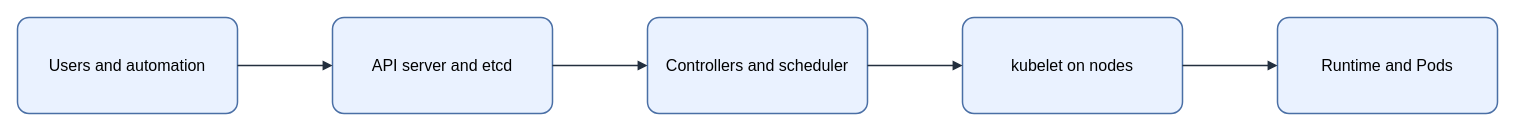
The draw.io diagram assets/img/kubernetes/kubernetes-control-plane-flow.drawio in KKamJi98/kkamji98.github.io, before the edit. Source tidied: cells renumbered, new cells numbered last; positions are measured from the earlier drawing's top-left corner, leaving out a move shared by most shapes. Both pictures are drawn from the tidied source at 100%, with x=0, y=0 at pixel (17, 17).
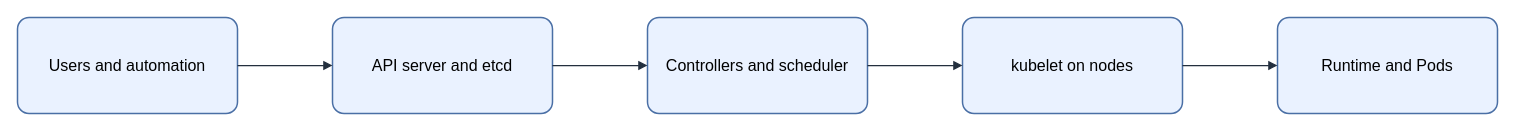
After the change.

The edit, as a diff of the source:
```diff
@@
 <mxGraphModel background="#FFFFFF">
   <root>
     <mxCell id="0" />
     <mxCell id="1" parent="0" />
-    <mxCell id="2" value="&lt;font style=&quot;color: rgb(0, 0, 0);&quot;&gt;Users and automation&lt;/font&gt;" style="rounded=1;arcSize=12;whiteSpace=wrap;html=1;fillColor=#EAF2FF;strokeColor=#4A6FA5;strokeWidth=1.5;fontColor=#000000;fontSize=16;align=center;verticalAlign=middle;spacing=8;shadow=0;" parent="1" vertex="1">
+    <mxCell id="2" value="Users and automation" style="rounded=1;arcSize=12;whiteSpace=wrap;html=0;fillColor=#EAF2FF;strokeColor=#4A6FA5;strokeWidth=1.5;fontColor=#000000;fontSize=16;align=center;verticalAlign=middle;spacing=8;shadow=0;" parent="1" vertex="1">
       <mxGeometry width="220" height="96" as="geometry" />
     </mxCell>
-    <mxCell id="3" value="&lt;font style=&quot;color: rgb(0, 0, 0);&quot;&gt;API server and etcd&lt;/font&gt;" style="rounded=1;arcSize=12;whiteSpace=wrap;html=1;fillColor=#EAF2FF;strokeColor=#4A6FA5;strokeWidth=1.5;fontColor=#000000;fontSize=16;align=center;verticalAlign=middle;spacing=8;shadow=0;" parent="1" vertex="1">
+    <mxCell id="3" value="API server and etcd" style="rounded=1;arcSize=12;whiteSpace=wrap;html=0;fillColor=#EAF2FF;strokeColor=#4A6FA5;strokeWidth=1.5;fontColor=#000000;fontSize=16;align=center;verticalAlign=middle;spacing=8;shadow=0;" parent="1" vertex="1">
       <mxGeometry x="315" width="220" height="96" as="geometry" />
     </mxCell>
-    <mxCell id="4" value="&lt;font style=&quot;color: rgb(0, 0, 0);&quot;&gt;Controllers and scheduler&lt;/font&gt;" style="rounded=1;arcSize=12;whiteSpace=wrap;html=1;fillColor=#EAF2FF;strokeColor=#4A6FA5;strokeWidth=1.5;fontColor=#000000;fontSize=16;align=center;verticalAlign=middle;spacing=8;shadow=0;" parent="1" vertex="1">
+    <mxCell id="4" value="Controllers and scheduler" style="rounded=1;arcSize=12;whiteSpace=wrap;html=0;fillColor=#EAF2FF;strokeColor=#4A6FA5;strokeWidth=1.5;fontColor=#000000;fontSize=16;align=center;verticalAlign=middle;spacing=8;shadow=0;" parent="1" vertex="1">
       <mxGeometry x="630" width="220" height="96" as="geometry" />
     </mxCell>
-    <mxCell id="5" value="&lt;font style=&quot;color: rgb(0, 0, 0);&quot;&gt;kubelet on nodes&lt;/font&gt;" style="rounded=1;arcSize=12;whiteSpace=wrap;html=1;fillColor=#EAF2FF;strokeColor=#4A6FA5;strokeWidth=1.5;fontColor=#000000;fontSize=16;align=center;verticalAlign=middle;spacing=8;shadow=0;" parent="1" vertex="1">
+    <mxCell id="5" value="kubelet on nodes" style="rounded=1;arcSize=12;whiteSpace=wrap;html=0;fillColor=#EAF2FF;strokeColor=#4A6FA5;strokeWidth=1.5;fontColor=#000000;fontSize=16;align=center;verticalAlign=middle;spacing=8;shadow=0;" parent="1" vertex="1">
       <mxGeometry x="945" width="220" height="96" as="geometry" />
     </mxCell>
-    <mxCell id="6" value="&lt;font style=&quot;color: rgb(0, 0, 0);&quot;&gt;Runtime and Pods&lt;/font&gt;" style="rounded=1;arcSize=12;whiteSpace=wrap;html=1;fillColor=#EAF2FF;strokeColor=#4A6FA5;strokeWidth=1.5;fontColor=#000000;fontSize=16;align=center;verticalAlign=middle;spacing=8;shadow=0;" parent="1" vertex="1">
+    <mxCell id="6" value="Runtime and Pods" style="rounded=1;arcSize=12;whiteSpace=wrap;html=0;fillColor=#EAF2FF;strokeColor=#4A6FA5;strokeWidth=1.5;fontColor=#000000;fontSize=16;align=center;verticalAlign=middle;spacing=8;shadow=0;" parent="1" vertex="1">
       <mxGeometry x="1260" width="220" height="96" as="geometry" />
     </mxCell>
-    <mxCell id="7" style="edgeStyle=orthogonalEdgeStyle;rounded=0;jettySize=auto;html=1;endArrow=block;endFill=1;strokeColor=#232F3E;strokeWidth=1.5;fontColor=#000000;labelBackgroundColor=none;exitX=1;exitY=0.5;exitDx=0;exitDy=0;entryX=0;entryY=0.5;entryDx=0;entryDy=0;" parent="1" edge="1" source="2" target="3">
+    <mxCell id="7" style="edgeStyle=orthogonalEdgeStyle;rounded=0;jettySize=auto;html=0;endArrow=block;endFill=1;strokeColor=#232F3E;strokeWidth=1.25;fontColor=#000000;labelBackgroundColor=none;exitX=1;exitY=0.5;exitDx=0;exitDy=0;entryX=0;entryY=0.5;entryDx=0;entryDy=0;" parent="1" edge="1" source="2" target="3">
       <mxGeometry relative="1" as="geometry" />
     </mxCell>
-    <mxCell id="8" style="edgeStyle=orthogonalEdgeStyle;rounded=0;jettySize=auto;html=1;endArrow=block;endFill=1;strokeColor=#232F3E;strokeWidth=1.5;fontColor=#000000;labelBackgroundColor=none;exitX=1;exitY=0.5;exitDx=0;exitDy=0;entryX=0;entryY=0.5;entryDx=0;entryDy=0;" parent="1" edge="1" source="3" target="4">
+    <mxCell id="8" style="edgeStyle=orthogonalEdgeStyle;rounded=0;jettySize=auto;html=0;endArrow=block;endFill=1;strokeColor=#232F3E;strokeWidth=1.25;fontColor=#000000;labelBackgroundColor=none;exitX=1;exitY=0.5;exitDx=0;exitDy=0;entryX=0;entryY=0.5;entryDx=0;entryDy=0;" parent="1" edge="1" source="3" target="4">
       <mxGeometry relative="1" as="geometry" />
     </mxCell>
-    <mxCell id="9" style="edgeStyle=orthogonalEdgeStyle;rounded=0;jettySize=auto;html=1;endArrow=block;endFill=1;strokeColor=#232F3E;strokeWidth=1.5;fontColor=#000000;labelBackgroundColor=none;exitX=1;exitY=0.5;exitDx=0;exitDy=0;entryX=0;entryY=0.5;entryDx=0;entryDy=0;" parent="1" edge="1" source="4" target="5">
+    <mxCell id="9" style="edgeStyle=orthogonalEdgeStyle;rounded=0;jettySize=auto;html=0;endArrow=block;endFill=1;strokeColor=#232F3E;strokeWidth=1.25;fontColor=#000000;labelBackgroundColor=none;exitX=1;exitY=0.5;exitDx=0;exitDy=0;entryX=0;entryY=0.5;entryDx=0;entryDy=0;" parent="1" edge="1" source="4" target="5">
       <mxGeometry relative="1" as="geometry" />
     </mxCell>
-    <mxCell id="10" style="edgeStyle=orthogonalEdgeStyle;rounded=0;jettySize=auto;html=1;endArrow=block;endFill=1;strokeColor=#232F3E;strokeWidth=1.5;fontColor=#000000;labelBackgroundColor=none;exitX=1;exitY=0.5;exitDx=0;exitDy=0;entryX=0;entryY=0.5;entryDx=0;entryDy=0;" parent="1" edge="1" source="5" target="6">
+    <mxCell id="10" style="edgeStyle=orthogonalEdgeStyle;rounded=0;jettySize=auto;html=0;endArrow=block;endFill=1;strokeColor=#232F3E;strokeWidth=1.25;fontColor=#000000;labelBackgroundColor=none;exitX=1;exitY=0.5;exitDx=0;exitDy=0;entryX=0;entryY=0.5;entryDx=0;entryDy=0;" parent="1" edge="1" source="5" target="6">
       <mxGeometry relative="1" as="geometry" />
     </mxCell>
   </root>
 </mxGraphModel>
```
